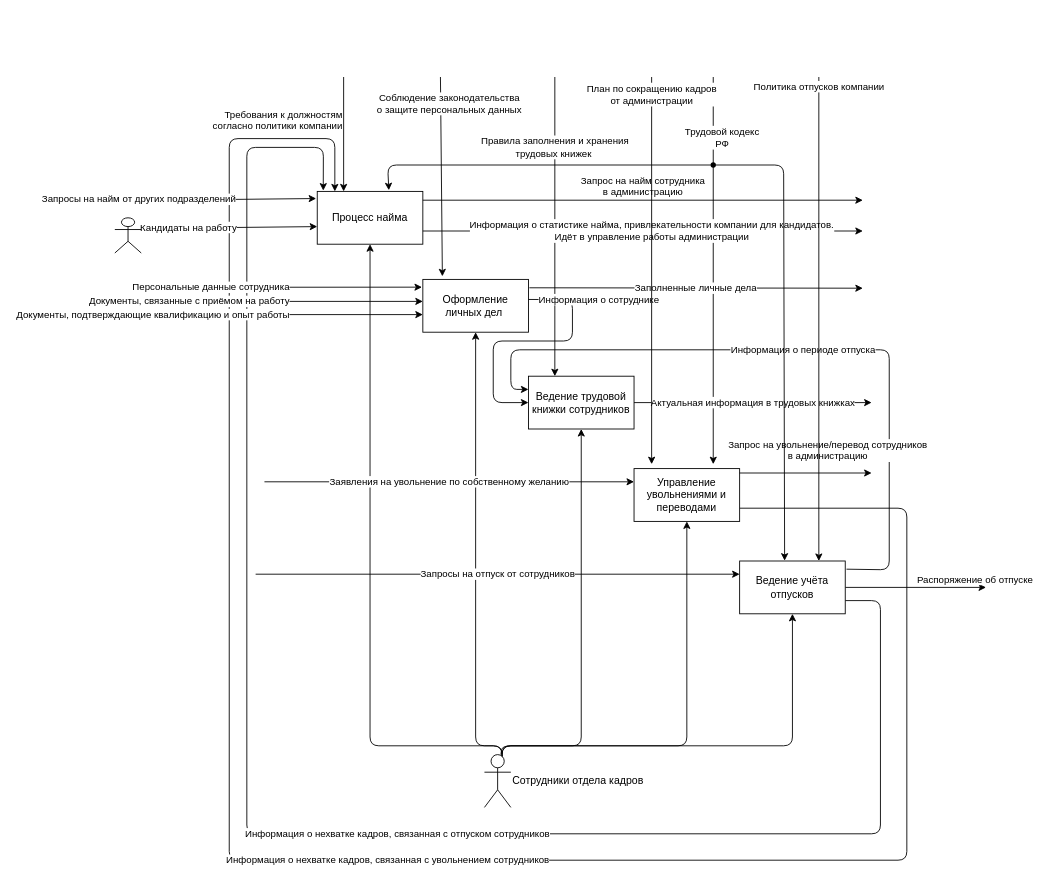
The draw.io diagram sadt/Отдел кадров.drawio in la-mironov/Database-project, before the edit. Source tidied: cells renumbered, new cells numbered last; positions are measured from the earlier drawing's top-left corner, leaving out a move shared by most shapes. Both pictures are drawn from the tidied source at 88%, with x=0, y=0 at pixel (114, 77).
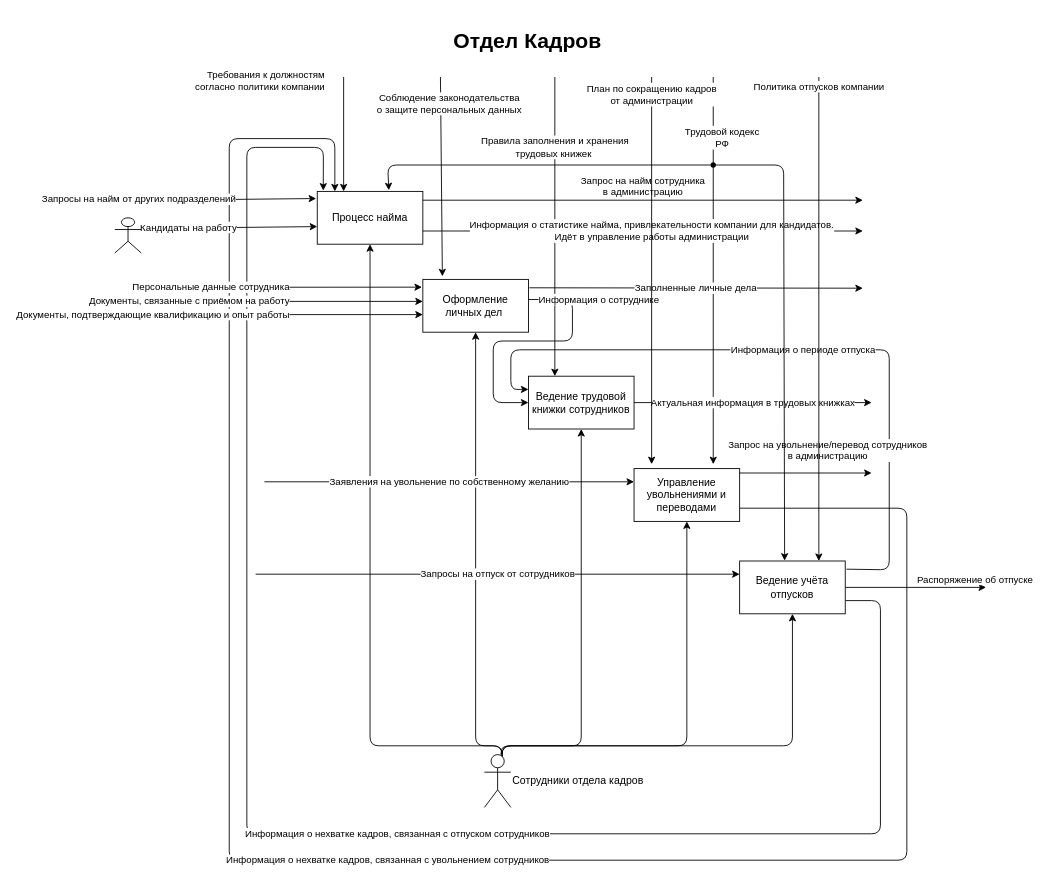
The same diagram, later.

Unchanged cells that the change refers to:
```xml
<mxCell id="9" value="Процесс найма" style="rounded=0;whiteSpace=wrap;html=1;" parent="1" vertex="1">
  <mxGeometry x="230" y="130" width="120" height="60" as="geometry" />
</mxCell>
```

Change to the diagram source:
```diff
@@
     <mxCell id="19" value="Требования к должностям&lt;br&gt;согласно политики компании" style="endArrow=classic;html=1;entryX=0.25;entryY=0;entryDx=0;entryDy=0;horizontal=1;verticalAlign=bottom;labelPosition=left;verticalLabelPosition=top;align=right;" parent="1" edge="1" target="9">
-      <mxGeometry relative="1" as="geometry">
+      <mxGeometry x="-0.69" y="-20" relative="1" as="geometry">
         <mxPoint x="260" as="sourcePoint" />
       </mxGeometry>
     </mxCell>
@@
+    <mxCell id="40" value="&lt;h1&gt;Отдел Кадров&lt;/h1&gt;" style="text;html=1;strokeColor=none;fillColor=none;spacing=5;spacingTop=-20;whiteSpace=wrap;overflow=hidden;rounded=0;" parent="1" vertex="1">
+      <mxGeometry x="380" y="-60" width="200" height="40" as="geometry" />
+    </mxCell>
```
